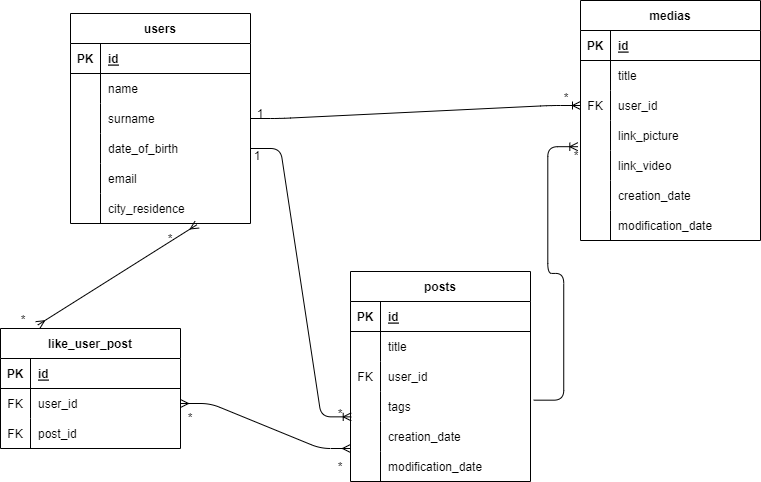
The draw.io diagram schema.png in danieledisco/social-platform, before a commit. Source tidied: cells renumbered, new cells last; positions are measured from the earlier drawing's top-left corner, leaving out a move shared by most shapes.
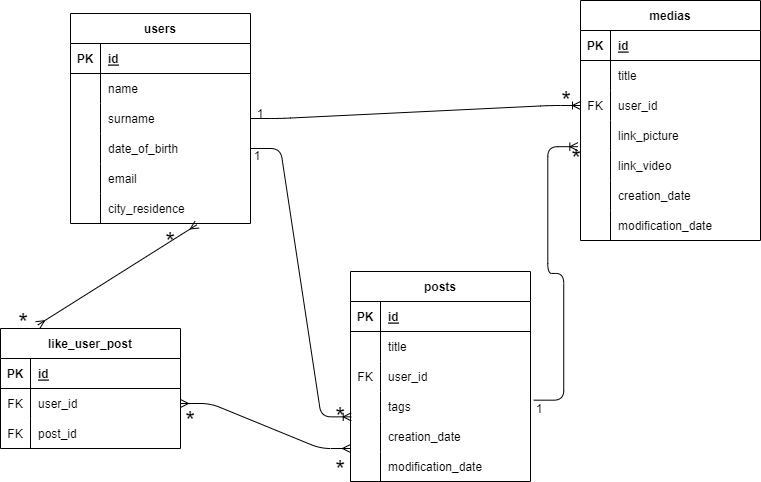
The same file after the commit.

Change to the diagram source:
```diff
@@ -233,26 +233,29 @@
     <mxCell id="78" value="post_id" style="shape=partialRectangle;fillColor=none;top=0;left=0;bottom=0;right=0;align=left;spacingLeft=6;overflow=hidden;" parent="76" vertex="1">
       <mxGeometry x="30" width="150" height="30" as="geometry" />
     </mxCell>
-    <mxCell id="79" value="*" style="text;strokeColor=none;fillColor=none;spacingLeft=4;spacingRight=4;overflow=hidden;fontSize=12;align=center;verticalAlign=middle;" parent="1" vertex="1">
+    <mxCell id="79" value="*" style="text;strokeColor=none;fillColor=none;spacingLeft=4;spacingRight=4;overflow=hidden;fontSize=25;align=center;verticalAlign=middle;" parent="1" vertex="1">
       <mxGeometry x="546" y="82" width="40" height="30" as="geometry" />
     </mxCell>
-    <mxCell id="80" value="*" style="text;strokeColor=none;fillColor=none;spacingLeft=4;spacingRight=4;overflow=hidden;fontSize=12;align=center;verticalAlign=middle;" parent="1" vertex="1">
+    <mxCell id="80" value="*" style="text;strokeColor=none;fillColor=none;spacingLeft=4;spacingRight=4;overflow=hidden;fontSize=25;align=center;verticalAlign=middle;" parent="1" vertex="1">
       <mxGeometry x="556" y="140" width="40" height="30" as="geometry" />
     </mxCell>
-    <mxCell id="81" value="*" style="text;strokeColor=none;fillColor=none;spacingLeft=4;spacingRight=4;overflow=hidden;fontSize=12;align=center;verticalAlign=middle;" parent="1" vertex="1">
+    <mxCell id="81" value="*" style="text;strokeColor=none;fillColor=none;spacingLeft=4;spacingRight=4;overflow=hidden;fontSize=25;align=center;verticalAlign=middle;" parent="1" vertex="1">
       <mxGeometry x="320" y="451" width="40" height="30" as="geometry" />
     </mxCell>
-    <mxCell id="82" value="*" style="text;strokeColor=none;fillColor=none;spacingLeft=4;spacingRight=4;overflow=hidden;fontSize=12;align=center;verticalAlign=middle;" parent="1" vertex="1">
+    <mxCell id="82" value="*" style="text;strokeColor=none;fillColor=none;spacingLeft=4;spacingRight=4;overflow=hidden;fontSize=25;align=center;verticalAlign=middle;" parent="1" vertex="1">
       <mxGeometry x="320" y="398" width="40" height="30" as="geometry" />
     </mxCell>
-    <mxCell id="83" value="*" style="text;strokeColor=none;fillColor=none;spacingLeft=4;spacingRight=4;overflow=hidden;fontSize=12;align=center;verticalAlign=middle;" parent="1" vertex="1">
+    <mxCell id="83" value="*" style="text;strokeColor=none;fillColor=none;spacingLeft=4;spacingRight=4;overflow=hidden;fontSize=25;align=center;verticalAlign=middle;" parent="1" vertex="1">
       <mxGeometry x="170" y="402" width="40" height="30" as="geometry" />
     </mxCell>
-    <mxCell id="84" value="*" style="text;strokeColor=none;fillColor=none;spacingLeft=4;spacingRight=4;overflow=hidden;fontSize=12;align=center;verticalAlign=middle;" parent="1" vertex="1">
+    <mxCell id="84" value="*" style="text;strokeColor=none;fillColor=none;spacingLeft=4;spacingRight=4;overflow=hidden;fontSize=25;align=center;verticalAlign=middle;" parent="1" vertex="1">
       <mxGeometry x="3" y="304" width="40" height="30" as="geometry" />
     </mxCell>
-    <mxCell id="85" value="*" style="text;strokeColor=none;fillColor=none;spacingLeft=4;spacingRight=4;overflow=hidden;fontSize=12;align=center;verticalAlign=middle;" parent="1" vertex="1">
+    <mxCell id="85" value="*" style="text;strokeColor=none;fillColor=none;spacingLeft=4;spacingRight=4;overflow=hidden;fontSize=25;align=center;verticalAlign=middle;" parent="1" vertex="1">
       <mxGeometry x="150" y="223" width="40" height="30" as="geometry" />
     </mxCell>
+    <mxCell id="86" value="1" style="text;strokeColor=none;fillColor=none;spacingLeft=4;spacingRight=4;overflow=hidden;fontSize=12;align=center;verticalAlign=middle;" parent="1" vertex="1">
+      <mxGeometry x="519" y="393" width="40" height="30" as="geometry" />
+    </mxCell>
   </root>
 </mxGraphModel>
```
